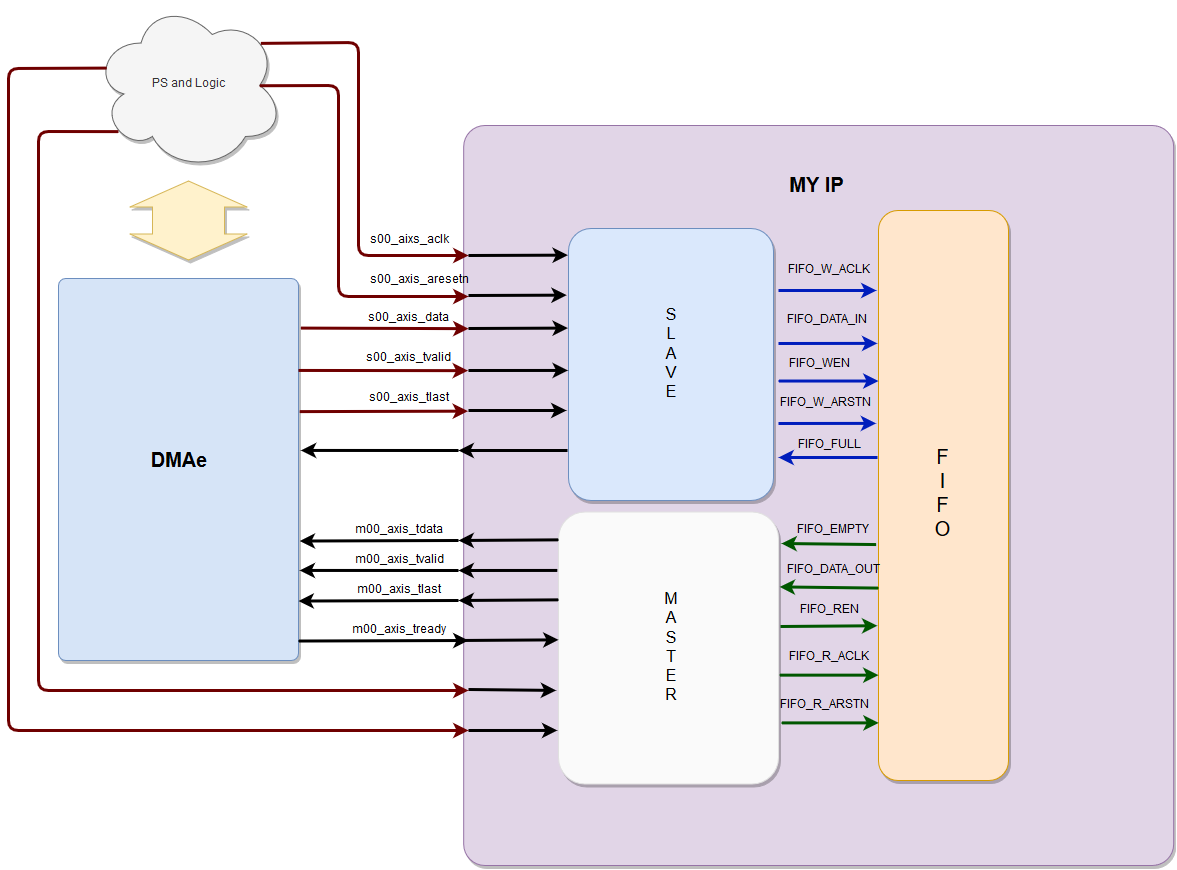
This is doc/schematics/My-ip.png from CSpyridakis/Reconfigurable-Computing, a draw.io export, as it was before one commit. Source tidied: cells renumbered, new cells last; positions are measured from the earlier drawing's top-left corner, leaving out a move shared by most shapes.
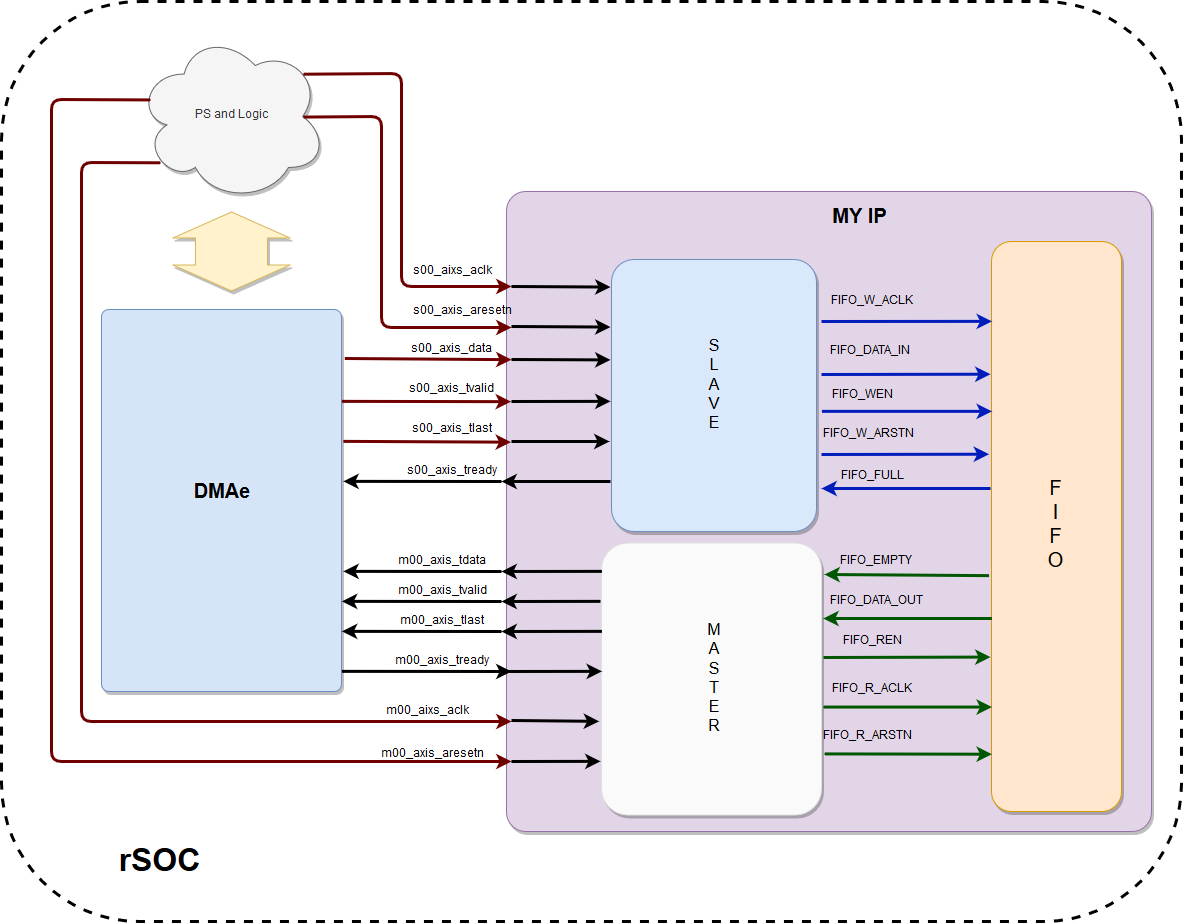
The same file after the commit.

Diff of the diagram source:
```diff
@@ -3,7 +3,7 @@
     <mxCell id="0" />
     <mxCell id="1" parent="0" />
     <mxCell id="2" style="rounded=1;whiteSpace=wrap;html=1;shadow=1;glass=0;comic=0;fillColor=#e1d5e7;strokeColor=#9673a6;arcSize=3;" parent="1" vertex="1">
-      <mxGeometry x="455.2" y="125" width="710" height="740" as="geometry" />
+      <mxGeometry x="455" y="160" width="645" height="640" as="geometry" />
     </mxCell>
     <mxCell id="3" style="rounded=1;whiteSpace=wrap;html=1;shadow=1;glass=0;comic=0;fillColor=#D6E4F7;strokeColor=#6c8ebf;arcSize=3;" parent="1" vertex="1">
       <mxGeometry x="50" y="278" width="240" height="382" as="geometry" />
@@ -24,7 +24,7 @@
       <mxGeometry x="127.5" y="445" width="85" height="31" as="geometry" />
     </mxCell>
     <mxCell id="9" value="&lt;div style=&quot;font-size: 20px&quot;&gt;&lt;font style=&quot;font-size: 20px&quot;&gt;F&lt;/font&gt;&lt;/div&gt;&lt;div style=&quot;font-size: 20px&quot;&gt;&lt;font style=&quot;font-size: 20px&quot;&gt;I&lt;/font&gt;&lt;/div&gt;&lt;div style=&quot;font-size: 20px&quot;&gt;&lt;font style=&quot;font-size: 20px&quot;&gt;F&lt;/font&gt;&lt;/div&gt;&lt;div style=&quot;font-size: 20px&quot;&gt;&lt;font style=&quot;font-size: 20px&quot;&gt;O&lt;br&gt;&lt;/font&gt;&lt;/div&gt;" style="rounded=1;whiteSpace=wrap;html=1;shadow=1;glass=0;comic=0;strokeColor=#d79b00;fillColor=#ffe6cc;" parent="1" vertex="1">
-      <mxGeometry x="870" y="210" width="130" height="570" as="geometry" />
+      <mxGeometry x="940" y="210" width="130" height="570" as="geometry" />
     </mxCell>
     <mxCell id="10" value="PS and Logic" style="ellipse;shape=cloud;whiteSpace=wrap;html=1;rounded=1;shadow=1;glass=0;comic=0;strokeColor=#666666;fillColor=#f5f5f5;fontColor=#333333;" parent="1" vertex="1">
       <mxGeometry x="85" width="190" height="170" as="geometry" />
@@ -127,19 +127,17 @@
         <mxPoint x="450" y="450" as="sourcePoint" />
       </mxGeometry>
     </mxCell>
-    <mxCell id="32" style="endArrow=classic;html=1;strokeWidth=3;fillColor=#0050ef;strokeColor=#001DBC;" parent="1" edge="1">
+    <mxCell id="32" style="endArrow=classic;html=1;strokeWidth=3;fillColor=#0050ef;strokeColor=#001DBC;exitX=-0.01;exitY=0.434;exitDx=0;exitDy=0;exitPerimeter=0;" parent="1" edge="1" source="9">
       <mxGeometry relative="1" as="geometry">
-        <mxPoint x="869" y="457" as="sourcePoint" />
         <mxPoint x="770" y="457" as="targetPoint" />
       </mxGeometry>
     </mxCell>
     <mxCell id="33" value="FIFO_FULL" style="text;html=1;strokeColor=none;fillColor=none;align=center;verticalAlign=middle;whiteSpace=wrap;rounded=0;" parent="1" vertex="1">
       <mxGeometry x="800" y="435" width="40" height="20" as="geometry" />
     </mxCell>
-    <mxCell id="34" style="endArrow=classic;html=1;strokeWidth=3;fillColor=#0050ef;strokeColor=#001DBC;" parent="1" edge="1">
+    <mxCell id="34" style="endArrow=classic;html=1;strokeWidth=3;fillColor=#0050ef;strokeColor=#001DBC;entryX=0;entryY=0.14;entryDx=0;entryDy=0;entryPerimeter=0;" parent="1" edge="1" target="9">
       <mxGeometry relative="1" as="geometry">
         <mxPoint x="770" y="290" as="sourcePoint" />
-        <mxPoint x="868" y="290" as="targetPoint" />
       </mxGeometry>
     </mxCell>
     <mxCell id="35" value="FIFO_W_ACLK" style="text;html=1;strokeColor=none;fillColor=none;align=center;verticalAlign=middle;whiteSpace=wrap;rounded=0;" parent="1" vertex="1">
@@ -274,11 +272,25 @@
     <mxCell id="64" value="FIFO_R_ARSTN" style="text;html=1;" parent="1" vertex="1">
       <mxGeometry x="770" y="692.4" width="120" height="30" as="geometry" />
     </mxCell>
-    <mxCell id="65" style="endArrow=classic;html=1;strokeWidth=3;fillColor=#008a00;strokeColor=#005700;entryX=-0.022;entryY=0.374;entryDx=0;entryDy=0;entryPerimeter=0;" parent="1" edge="1">
+    <mxCell id="65" style="endArrow=classic;html=1;strokeWidth=3;fillColor=#008a00;strokeColor=#005700;entryX=0;entryY=0.899;entryDx=0;entryDy=0;entryPerimeter=0;" parent="1" edge="1" target="9">
       <mxGeometry relative="1" as="geometry">
         <mxPoint x="773" y="722.4" as="sourcePoint" />
-        <mxPoint x="870.2" y="722.4" as="targetPoint" />
       </mxGeometry>
     </mxCell>
+    <mxCell id="66" value="m00_aixs_aclk" style="text;html=1;strokeColor=none;fillColor=none;align=center;verticalAlign=middle;whiteSpace=wrap;rounded=0;" parent="1" vertex="1">
+      <mxGeometry x="355" y="670" width="40" height="20" as="geometry" />
+    </mxCell>
+    <mxCell id="67" value="m00_axis_aresetn" style="text;html=1;strokeColor=none;fillColor=none;align=center;verticalAlign=middle;whiteSpace=wrap;rounded=0;" parent="1" vertex="1">
+      <mxGeometry x="360" y="712.5" width="40" height="20" as="geometry" />
+    </mxCell>
+    <mxCell id="68" value="s00_axis_tready" style="text;html=1;strokeColor=none;fillColor=none;align=center;verticalAlign=middle;whiteSpace=wrap;rounded=0;" parent="1" vertex="1">
+      <mxGeometry x="380" y="430" width="40" height="20" as="geometry" />
+    </mxCell>
+    <mxCell id="69" style="rounded=1;whiteSpace=wrap;html=1;fillColor=none;dashed=1;strokeWidth=3;shadow=0;glass=0;comic=0;perimeterSpacing=1;" parent="1" vertex="1">
+      <mxGeometry x="-50" y="-30" width="1180" height="920" as="geometry" />
+    </mxCell>
+    <mxCell id="70" value="&lt;font style=&quot;font-size: 32px&quot;&gt;rSOC&lt;/font&gt;" style="text;html=1;strokeColor=none;fillColor=none;align=center;verticalAlign=middle;whiteSpace=wrap;rounded=0;dashed=1;fontStyle=1;" parent="1" vertex="1">
+      <mxGeometry x="87.5" y="820" width="40" height="20" as="geometry" />
+    </mxCell>
   </root>
 </mxGraphModel>
```
